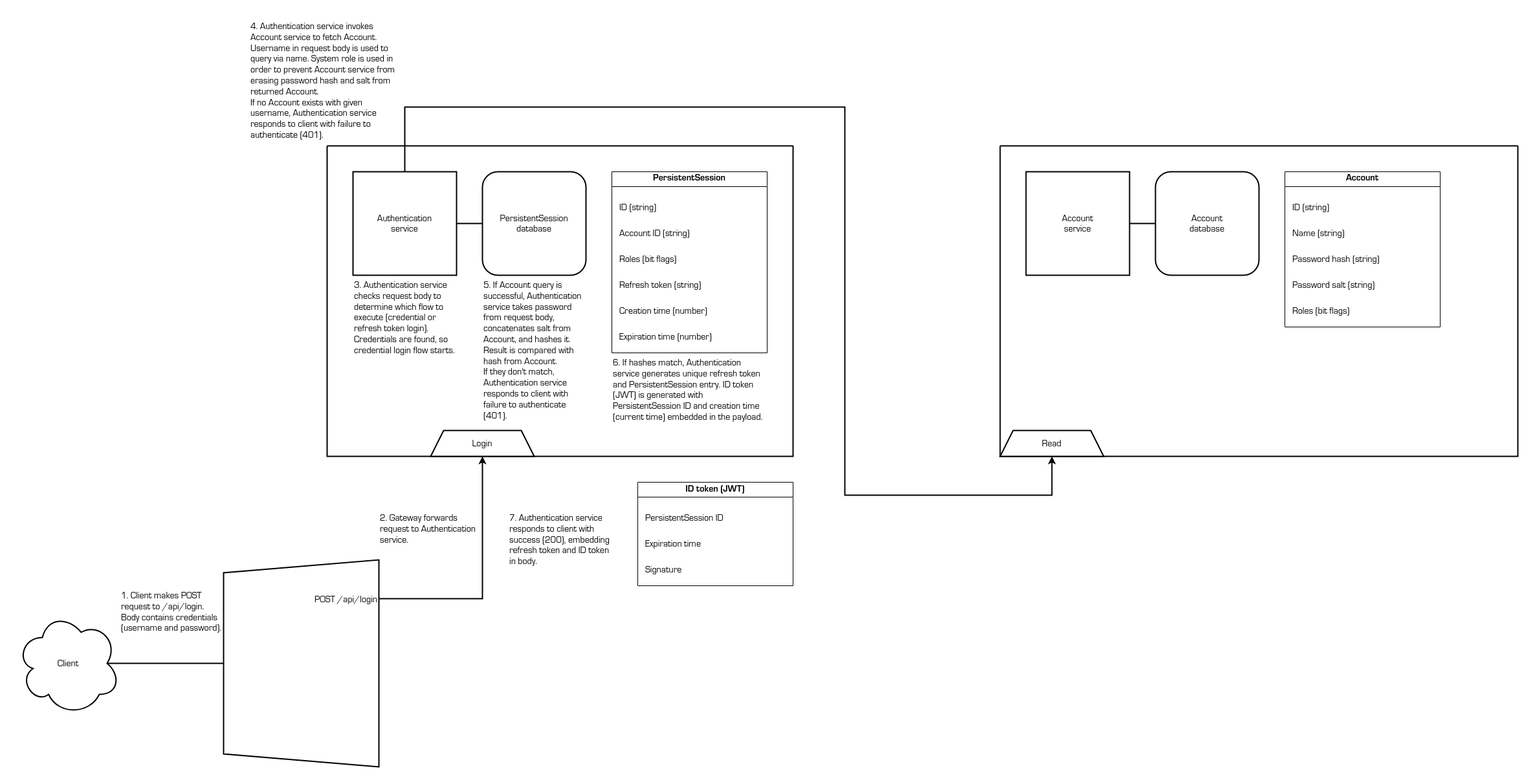
shinhugh/base keeps this draw.io diagram as docs/credential-login-flow.png. Above is the earlier version. Source tidied: cells renumbered, new cells last; positions are measured from the earlier drawing's top-left corner, leaving out a move shared by most shapes.
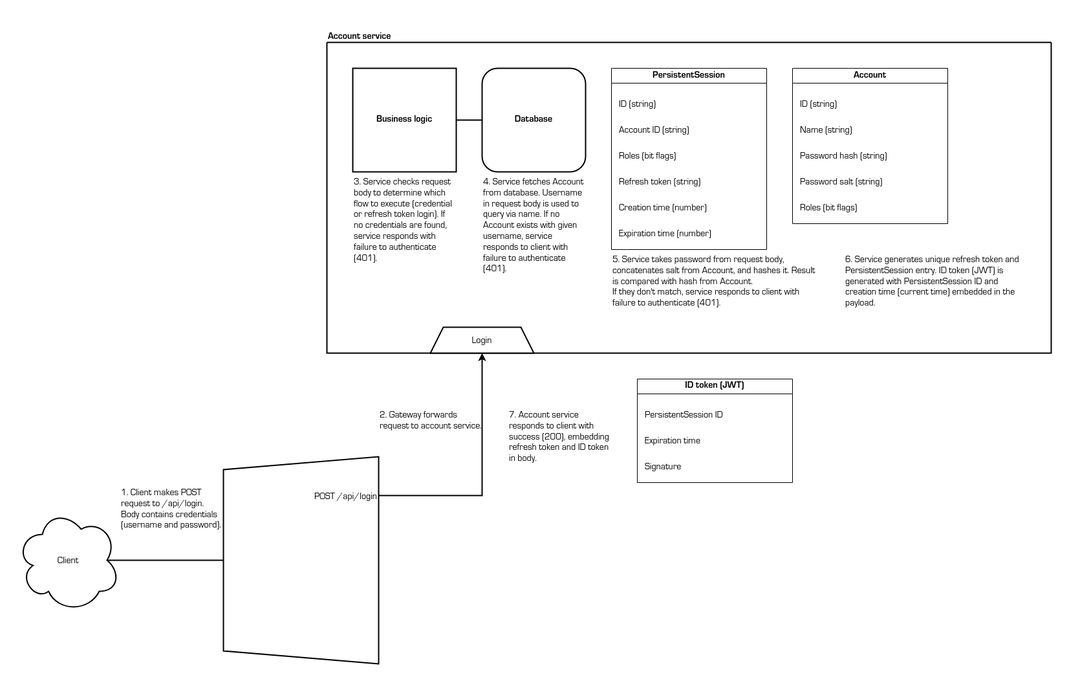
The same diagram one commit later.

The edit, as a diff of the source:
```diff
@@ -3,12 +3,12 @@
     <mxCell id="0" />
     <mxCell id="1" parent="0" />
     <mxCell id="2" style="swimlane;startSize=0;strokeWidth=2;" parent="1" vertex="1">
-      <mxGeometry x="480" y="200" width="720" height="480" as="geometry" />
+      <mxGeometry x="480" y="200" width="1120" height="480" as="geometry" />
     </mxCell>
-    <mxCell id="3" value="Authentication&#10;service" style="whiteSpace=wrap;strokeWidth=2;fontFamily=Lucida Console;fontSize=14;" parent="2" vertex="1">
+    <mxCell id="3" value="Business logic" style="whiteSpace=wrap;strokeWidth=2;fontFamily=Lucida Console;fontSize=14;fontStyle=1;" parent="2" vertex="1">
       <mxGeometry x="40" y="40" width="160" height="160" as="geometry" />
     </mxCell>
-    <mxCell id="4" value="PersistentSession&#10;database" style="rounded=1;whiteSpace=wrap;strokeWidth=2;fontFamily=Lucida Console;fontSize=14;" parent="2" vertex="1">
+    <mxCell id="4" value="Database" style="rounded=1;whiteSpace=wrap;strokeWidth=2;fontFamily=Lucida Console;fontSize=14;fontStyle=1;" parent="2" vertex="1">
       <mxGeometry x="240" y="40" width="160" height="160" as="geometry" />
     </mxCell>
     <mxCell id="5" value="PersistentSession" style="swimlane;whiteSpace=wrap;fontFamily=Lucida Console;fontSize=14;" parent="2" vertex="1">
@@ -38,26 +38,17 @@
     <mxCell id="13" style="endArrow=none;html=1;rounded=0;strokeWidth=2;entryX=1;entryY=0.5;entryDx=0;entryDy=0;exitX=0;exitY=0.5;exitDx=0;exitDy=0;" parent="2" edge="1" source="4" target="3">
       <mxGeometry relative="1" as="geometry" />
     </mxCell>
-    <mxCell id="14" value="3. Authentication service checks request body to determine which flow to execute (credential or refresh token login). Credentials are found, so credential login flow starts." style="text;strokeColor=none;fillColor=none;align=left;verticalAlign=top;rounded=0;fontSize=14;fontFamily=Lucida Console;whiteSpace=wrap;" parent="2" vertex="1">
+    <mxCell id="14" value="3. Service checks request body to determine which flow to execute (credential or refresh token login). If no credentials are found, service responds with failure to authenticate (401)." style="text;strokeColor=none;fillColor=none;align=left;verticalAlign=top;rounded=0;fontSize=14;fontFamily=Lucida Console;whiteSpace=wrap;" parent="2" vertex="1">
       <mxGeometry x="40" y="200" width="160" height="160" as="geometry" />
     </mxCell>
-    <mxCell id="15" value="5. If Account query is successful, Authentication service takes password from request body, concatenates salt from Account, and hashes it. Result is compared with hash from Account.&#10;If they don't match, Authentication service responds to client with failure to authenticate (401).&#10;" style="text;strokeColor=none;fillColor=none;align=left;verticalAlign=top;rounded=0;fontSize=14;fontFamily=Lucida Console;whiteSpace=wrap;" parent="2" vertex="1">
-      <mxGeometry x="240" y="200" width="160" height="240" as="geometry" />
+    <mxCell id="15" value="5. Service takes password from request body, concatenates salt from Account, and hashes it. Result is compared with hash from Account.&#10;If they don't match, service responds to client with failure to authenticate (401).&#10;" style="text;strokeColor=none;fillColor=none;align=left;verticalAlign=top;rounded=0;fontSize=14;fontFamily=Lucida Console;whiteSpace=wrap;" parent="2" vertex="1">
+      <mxGeometry x="440" y="320" width="320" height="120" as="geometry" />
     </mxCell>
-    <mxCell id="16" value="6. If hashes match, Authentication service generates unique refresh token and PersistentSession entry. ID token (JWT) is generated with PersistentSession ID and creation time (current time) embedded in the payload." style="text;strokeColor=none;fillColor=none;align=left;verticalAlign=top;rounded=0;fontSize=14;fontFamily=Lucida Console;whiteSpace=wrap;" parent="2" vertex="1">
-      <mxGeometry x="440" y="320" width="240" height="120" as="geometry" />
+    <mxCell id="16" value="6. Service generates unique refresh token and PersistentSession entry. ID token (JWT) is generated with PersistentSession ID and creation time (current time) embedded in the payload." style="text;strokeColor=none;fillColor=none;align=left;verticalAlign=top;rounded=0;fontSize=14;fontFamily=Lucida Console;whiteSpace=wrap;" parent="2" vertex="1">
+      <mxGeometry x="800" y="320" width="280" height="120" as="geometry" />
     </mxCell>
-    <mxCell id="17" style="swimlane;startSize=0;strokeWidth=2;" parent="1" vertex="1">
-      <mxGeometry x="1520" y="200" width="800" height="480" as="geometry" />
-    </mxCell>
-    <mxCell id="18" value="Account&#10;service" style="whiteSpace=wrap;strokeWidth=2;fontFamily=Lucida Console;fontSize=14;" parent="17" vertex="1">
-      <mxGeometry x="40" y="40" width="160" height="160" as="geometry" />
-    </mxCell>
-    <mxCell id="19" value="Account&#10;database" style="rounded=1;whiteSpace=wrap;strokeWidth=2;fontFamily=Lucida Console;fontSize=14;" parent="17" vertex="1">
-      <mxGeometry x="240" y="40" width="160" height="160" as="geometry" />
-    </mxCell>
-    <mxCell id="20" value="Account" style="swimlane;whiteSpace=wrap;fontFamily=Lucida Console;fontSize=14;" parent="17" vertex="1">
-      <mxGeometry x="440" y="40" width="240" height="240" as="geometry" />
+    <mxCell id="20" value="Account" style="swimlane;whiteSpace=wrap;fontFamily=Lucida Console;fontSize=14;" parent="2" vertex="1">
+      <mxGeometry x="720" y="40" width="240" height="240" as="geometry" />
     </mxCell>
     <mxCell id="21" value="ID (string)" style="text;strokeColor=none;fillColor=none;align=left;verticalAlign=top;whiteSpace=wrap;rounded=0;fontFamily=Lucida Console;fontSize=14;" parent="20" vertex="1">
       <mxGeometry x="10" y="40" width="220" height="40" as="geometry" />
@@ -74,12 +65,9 @@
     <mxCell id="25" value="Roles (bit flags)" style="text;strokeColor=none;fillColor=none;align=left;verticalAlign=top;whiteSpace=wrap;rounded=0;fontFamily=Lucida Console;fontSize=14;" parent="20" vertex="1">
       <mxGeometry x="10" y="200" width="220" height="40" as="geometry" />
     </mxCell>
-    <mxCell id="26" style="endArrow=none;html=1;rounded=0;exitX=1;exitY=0.5;exitDx=0;exitDy=0;entryX=0;entryY=0.5;entryDx=0;entryDy=0;strokeWidth=2;" parent="17" edge="1" source="18" target="19">
-      <mxGeometry relative="1" as="geometry" />
-    </mxCell>
-    <mxCell id="27" value="Read" style="shape=trapezoid;perimeter=trapezoidPerimeter;whiteSpace=wrap;fixedSize=1;strokeWidth=2;fontSize=14;fontFamily=Lucida Console;" parent="17" vertex="1">
-      <mxGeometry y="440" width="160" height="40" as="geometry" />
-    </mxCell>
+    <mxCell id="37" value="4. Service fetches Account from database. Username in request body is used to query via name. If no Account exists with given username, service responds to client with failure to authenticate (401)." style="text;strokeColor=none;fillColor=none;align=left;verticalAlign=top;rounded=0;fontSize=14;fontFamily=Lucida Console;whiteSpace=wrap;" parent="2" vertex="1">
+      <mxGeometry x="240" y="200" width="160" height="200" as="geometry" />
+    </mxCell>
     <mxCell id="28" style="endArrow=classic;html=1;rounded=0;endFill=1;strokeWidth=2;exitX=1;exitY=0.5;exitDx=0;exitDy=0;entryX=0.5;entryY=1;entryDx=0;entryDy=0;" parent="1" edge="1" source="31" target="12">
       <mxGeometry relative="1" as="geometry">
         <Array as="points">
@@ -102,26 +90,13 @@
     <mxCell id="33" style="endArrow=none;html=1;rounded=0;exitX=0.875;exitY=0.5;exitDx=0;exitDy=0;exitPerimeter=0;strokeWidth=2;entryX=0.5;entryY=0;entryDx=0;entryDy=0;" parent="1" edge="1" source="32" target="30">
       <mxGeometry relative="1" as="geometry" />
     </mxCell>
-    <mxCell id="34" style="endArrow=classic;html=1;rounded=0;strokeWidth=2;exitX=0.5;exitY=0;exitDx=0;exitDy=0;entryX=0.5;entryY=1;entryDx=0;entryDy=0;" parent="1" edge="1" source="3" target="27">
-      <mxGeometry relative="1" as="geometry">
-        <Array as="points">
-          <mxPoint x="600" y="140" />
-          <mxPoint x="1280" y="140" />
-          <mxPoint x="1280" y="740" />
-          <mxPoint x="1600" y="740" />
-        </Array>
-      </mxGeometry>
-    </mxCell>
     <mxCell id="35" value="1. Client makes POST request to /api/login. Body contains credentials (username and password)." style="text;strokeColor=none;fillColor=none;align=left;verticalAlign=top;rounded=0;fontSize=14;fontFamily=Lucida Console;whiteSpace=wrap;" parent="1" vertex="1">
       <mxGeometry x="160" y="880" width="160" height="80" as="geometry" />
     </mxCell>
-    <mxCell id="36" value="2. Gateway forwards request to Authentication service." style="text;strokeColor=none;fillColor=none;align=left;verticalAlign=top;rounded=0;fontSize=14;fontFamily=Lucida Console;whiteSpace=wrap;" parent="1" vertex="1">
+    <mxCell id="36" value="2. Gateway forwards request to account service." style="text;strokeColor=none;fillColor=none;align=left;verticalAlign=top;rounded=0;fontSize=14;fontFamily=Lucida Console;whiteSpace=wrap;" parent="1" vertex="1">
       <mxGeometry x="560" y="760" width="160" height="80" as="geometry" />
     </mxCell>
-    <mxCell id="37" value="4. Authentication service invokes Account service to fetch Account. Username in request body is used to query via name. System role is used in order to prevent Account service from erasing password hash and salt from returned Account.&#10;If no Account exists with given username, Authentication service responds to client with failure to authenticate (401)." style="text;strokeColor=none;fillColor=none;align=left;verticalAlign=top;rounded=0;fontSize=14;fontFamily=Lucida Console;whiteSpace=wrap;" parent="1" vertex="1">
-      <mxGeometry x="360" width="240" height="200" as="geometry" />
-    </mxCell>
-    <mxCell id="38" value="7. Authentication service responds to client with success (200), embedding refresh token and ID token in body." style="text;strokeColor=none;fillColor=none;align=left;verticalAlign=top;rounded=0;fontSize=14;fontFamily=Lucida Console;whiteSpace=wrap;" parent="1" vertex="1">
+    <mxCell id="38" value="7. Account service responds to client with success (200), embedding refresh token and ID token in body." style="text;strokeColor=none;fillColor=none;align=left;verticalAlign=top;rounded=0;fontSize=14;fontFamily=Lucida Console;whiteSpace=wrap;" parent="1" vertex="1">
       <mxGeometry x="760" y="760" width="160" height="120" as="geometry" />
     </mxCell>
     <mxCell id="39" value="ID token (JWT)" style="swimlane;whiteSpace=wrap;fontFamily=Lucida Console;fontSize=14;" parent="1" vertex="1">
@@ -136,5 +111,8 @@
     <mxCell id="42" value="Signature" style="text;strokeColor=none;fillColor=none;align=left;verticalAlign=top;whiteSpace=wrap;rounded=0;fontFamily=Lucida Console;fontSize=14;" parent="39" vertex="1">
       <mxGeometry x="10" y="120" width="220" height="40" as="geometry" />
     </mxCell>
+    <mxCell id="18" value="Account service" style="text;strokeColor=none;fillColor=none;align=left;verticalAlign=bottom;rounded=0;fontSize=14;fontFamily=Lucida Console;fontStyle=1;" parent="1" vertex="1">
+      <mxGeometry x="480" y="160" width="120" height="40" as="geometry" />
+    </mxCell>
   </root>
 </mxGraphModel>
```
